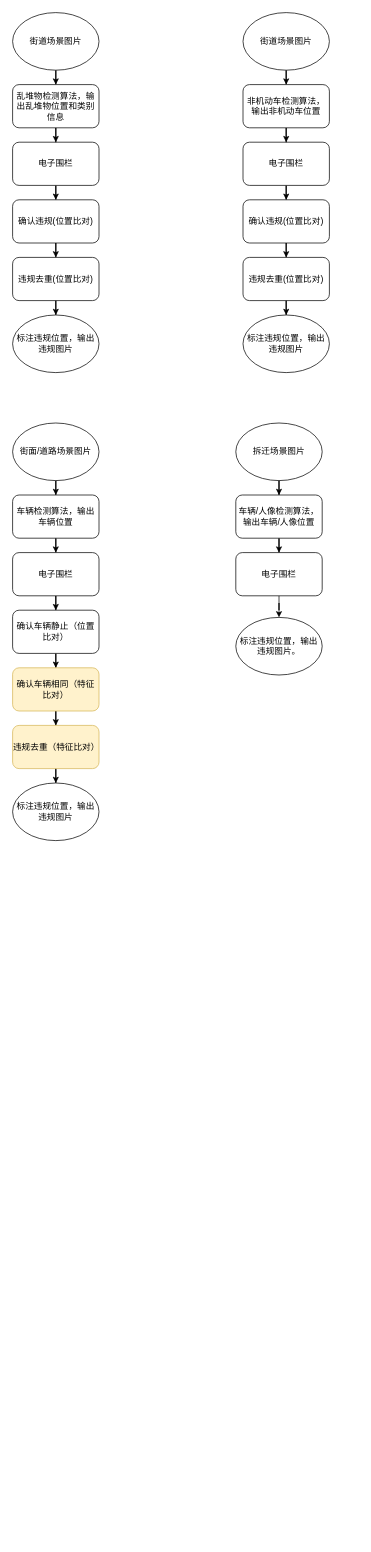
This is stream.drawio from yangchengtest/draw.io, a draw.io file, before an edit. Source tidied: cells renumbered, new cells numbered last; positions are measured from the earlier drawing's top-left corner, leaving out a move shared by most shapes. Both pictures are drawn from the tidied source at 72%, with x=0, y=0 at pixel (12, 12).
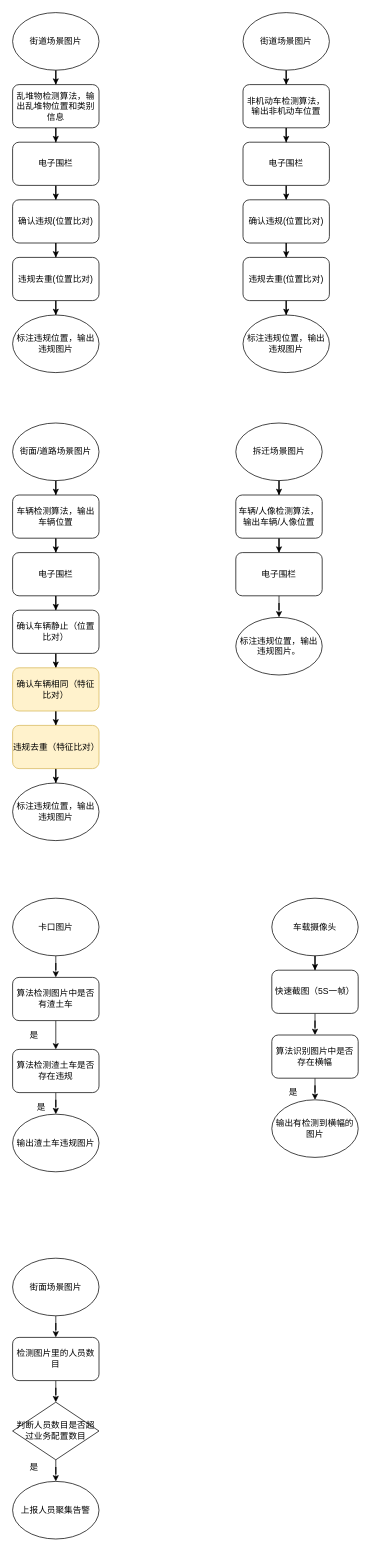
Above is the later version.

Diff of the diagram source:
```diff
@@
+    <mxCell id="44" style="edgeStyle=orthogonalEdgeStyle;rounded=0;jettySize=auto;html=1;entryX=0.5;entryY=0;entryDx=0;entryDy=0;" parent="1" edge="1" source="45" target="47">
+      <mxGeometry relative="1" as="geometry" />
+    </mxCell>
+    <mxCell id="45" value="卡口图片" style="ellipse;whiteSpace=wrap;html=1;" parent="1" vertex="1">
+      <mxGeometry y="1230" width="120" height="80" as="geometry" />
+    </mxCell>
+    <mxCell id="46" style="edgeStyle=orthogonalEdgeStyle;rounded=0;jettySize=auto;html=1;entryX=0.5;entryY=0;entryDx=0;entryDy=0;" parent="1" edge="1" source="47" target="49">
+      <mxGeometry relative="1" as="geometry" />
+    </mxCell>
+    <mxCell id="47" value="算法检测图片中是否有渣土车" style="rounded=1;whiteSpace=wrap;html=1;" parent="1" vertex="1">
+      <mxGeometry y="1340" width="120" height="60" as="geometry" />
+    </mxCell>
+    <mxCell id="48" style="edgeStyle=orthogonalEdgeStyle;rounded=0;jettySize=auto;html=1;entryX=0.5;entryY=0;entryDx=0;entryDy=0;" parent="1" edge="1" source="49" target="51">
+      <mxGeometry relative="1" as="geometry" />
+    </mxCell>
+    <mxCell id="49" value="算法检测渣土车是否存在违规" style="rounded=1;whiteSpace=wrap;html=1;" parent="1" vertex="1">
+      <mxGeometry y="1440" width="120" height="60" as="geometry" />
+    </mxCell>
+    <mxCell id="50" value="是" style="text;html=1;strokeColor=none;fillColor=none;align=center;verticalAlign=middle;whiteSpace=wrap;rounded=0;" parent="1" vertex="1">
+      <mxGeometry x="10" y="1410" width="40" height="20" as="geometry" />
+    </mxCell>
+    <mxCell id="51" value="输出渣土车违规图片" style="ellipse;whiteSpace=wrap;html=1;" parent="1" vertex="1">
+      <mxGeometry y="1530" width="120" height="80" as="geometry" />
+    </mxCell>
+    <mxCell id="52" value="是" style="text;html=1;strokeColor=none;fillColor=none;align=center;verticalAlign=middle;whiteSpace=wrap;rounded=0;" parent="1" vertex="1">
+      <mxGeometry x="20" y="1510" width="40" height="20" as="geometry" />
+    </mxCell>
+    <mxCell id="53" style="edgeStyle=orthogonalEdgeStyle;rounded=0;jettySize=auto;html=1;entryX=0.5;entryY=0;entryDx=0;entryDy=0;" parent="1" edge="1" source="54" target="56">
+      <mxGeometry relative="1" as="geometry" />
+    </mxCell>
+    <mxCell id="54" value="车载摄像头" style="ellipse;whiteSpace=wrap;html=1;" parent="1" vertex="1">
+      <mxGeometry x="360" y="1230" width="120" height="80" as="geometry" />
+    </mxCell>
+    <mxCell id="55" style="edgeStyle=orthogonalEdgeStyle;rounded=0;jettySize=auto;html=1;entryX=0.5;entryY=0;entryDx=0;entryDy=0;" parent="1" edge="1" source="56" target="58">
+      <mxGeometry relative="1" as="geometry" />
+    </mxCell>
+    <mxCell id="56" value="快速截图（5S一帧）" style="rounded=1;whiteSpace=wrap;html=1;" parent="1" vertex="1">
+      <mxGeometry x="360" y="1330" width="120" height="60" as="geometry" />
+    </mxCell>
+    <mxCell id="57" style="edgeStyle=orthogonalEdgeStyle;rounded=0;jettySize=auto;html=1;entryX=0.5;entryY=0;entryDx=0;entryDy=0;" parent="1" edge="1" source="58" target="59">
+      <mxGeometry relative="1" as="geometry" />
+    </mxCell>
+    <mxCell id="58" value="算法识别图片中是否存在横幅" style="rounded=1;whiteSpace=wrap;html=1;" parent="1" vertex="1">
+      <mxGeometry x="360" y="1420" width="120" height="60" as="geometry" />
+    </mxCell>
+    <mxCell id="59" value="输出有检测到横幅的图片" style="ellipse;whiteSpace=wrap;html=1;" parent="1" vertex="1">
+      <mxGeometry x="360" y="1510" width="120" height="80" as="geometry" />
+    </mxCell>
+    <mxCell id="60" value="是" style="text;html=1;strokeColor=none;fillColor=none;align=center;verticalAlign=middle;whiteSpace=wrap;rounded=0;" parent="1" vertex="1">
+      <mxGeometry x="370" y="1490" width="40" height="20" as="geometry" />
+    </mxCell>
+    <mxCell id="61" style="edgeStyle=orthogonalEdgeStyle;rounded=0;jettySize=auto;html=1;entryX=0.5;entryY=0;entryDx=0;entryDy=0;" parent="1" edge="1" source="62" target="64">
+      <mxGeometry relative="1" as="geometry" />
+    </mxCell>
+    <mxCell id="62" value="街面场景图片" style="ellipse;whiteSpace=wrap;html=1;" parent="1" vertex="1">
+      <mxGeometry y="1730" width="120" height="80" as="geometry" />
+    </mxCell>
+    <mxCell id="63" style="edgeStyle=orthogonalEdgeStyle;rounded=0;jettySize=auto;html=1;entryX=0.5;entryY=0;entryDx=0;entryDy=0;" parent="1" edge="1" source="64" target="66">
+      <mxGeometry relative="1" as="geometry" />
+    </mxCell>
+    <mxCell id="64" value="检测图片里的人员数目" style="rounded=1;whiteSpace=wrap;html=1;" parent="1" vertex="1">
+      <mxGeometry y="1840" width="120" height="60" as="geometry" />
+    </mxCell>
+    <mxCell id="65" style="edgeStyle=orthogonalEdgeStyle;rounded=0;jettySize=auto;html=1;entryX=0.5;entryY=0;entryDx=0;entryDy=0;" parent="1" edge="1" source="66" target="67">
+      <mxGeometry relative="1" as="geometry" />
+    </mxCell>
+    <mxCell id="66" value="判断人员数目是否超过业务配置数目" style="rhombus;whiteSpace=wrap;html=1;" parent="1" vertex="1">
+      <mxGeometry y="1930" width="120" height="80" as="geometry" />
+    </mxCell>
+    <mxCell id="67" value="上报人员聚集告警" style="ellipse;whiteSpace=wrap;html=1;" parent="1" vertex="1">
+      <mxGeometry y="2040" width="120" height="80" as="geometry" />
+    </mxCell>
+    <mxCell id="68" value="是" style="text;html=1;strokeColor=none;fillColor=none;align=center;verticalAlign=middle;whiteSpace=wrap;rounded=0;" parent="1" vertex="1">
+      <mxGeometry x="10" y="2010" width="40" height="20" as="geometry" />
+    </mxCell>
```
